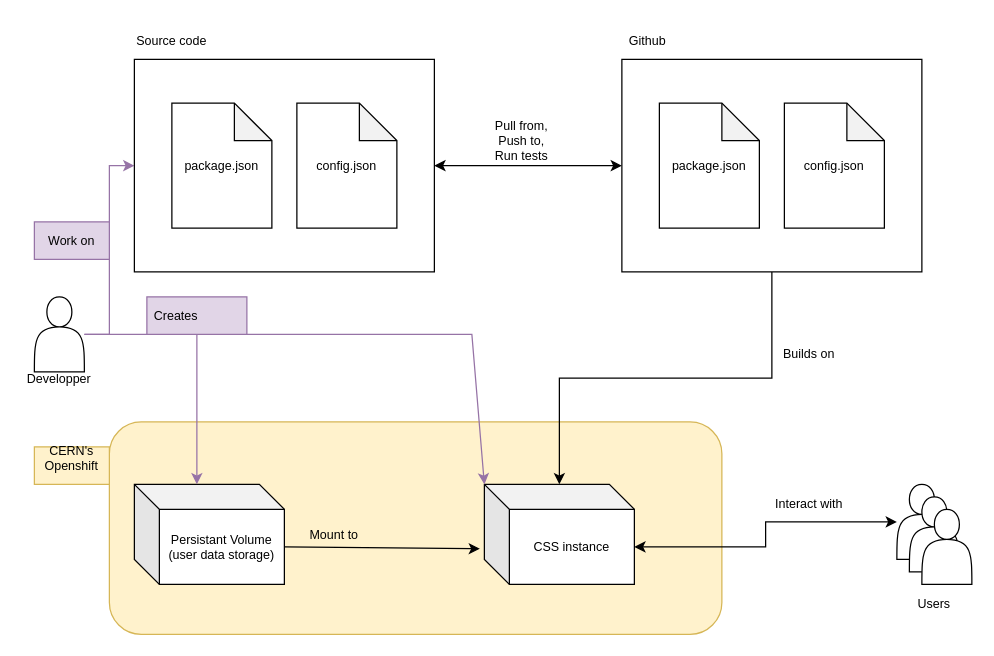
Earlier version of the draw.io diagram devops/cern_css_devops.drawio (mariadimou/cern-css). Source tidied: cells renumbered, new cells numbered last; positions are measured from the earlier drawing's top-left corner, leaving out a move shared by most shapes. Both pictures are drawn from the tidied source at 125%, with x=0, y=0 at pixel (21, 21).
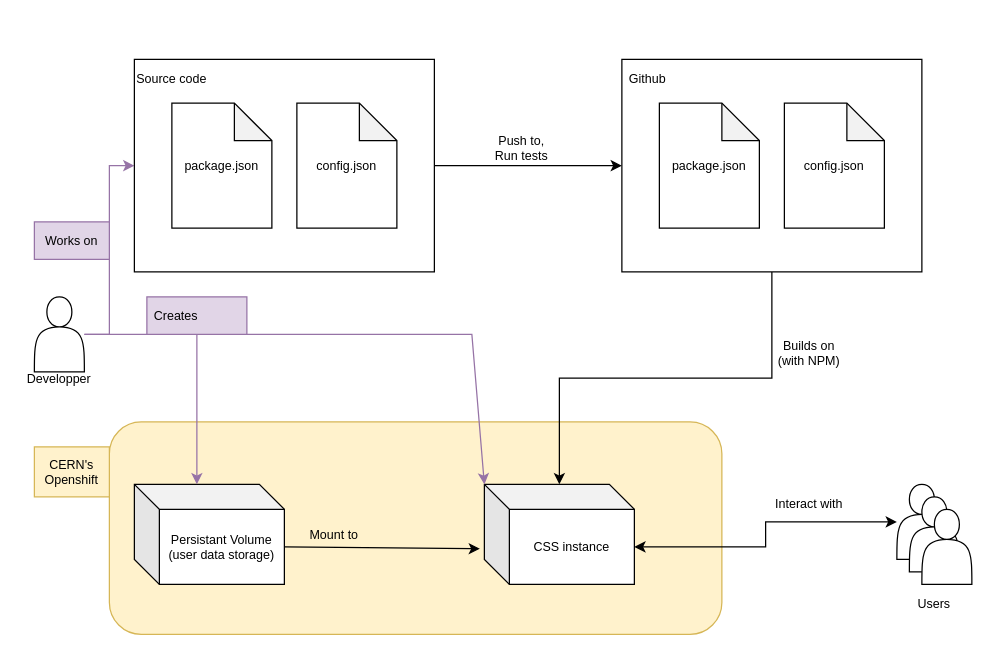
Above is the later version.

Unchanged cells that the change refers to:
```xml
<mxCell id="6" style="rounded=0;whiteSpace=wrap;html=1;fontSize=10;" parent="1" vertex="1">
  <mxGeometry x="480" y="30" width="240" height="170" as="geometry" />
</mxCell>
<mxCell id="10" style="rounded=0;whiteSpace=wrap;html=1;fontSize=10;" parent="1" vertex="1">
  <mxGeometry x="90" y="30" width="240" height="170" as="geometry" />
</mxCell>
```

The edit, as a diff of the source:
```diff
@@
-    <mxCell id="9" style="edgeStyle=orthogonalEdgeStyle;rounded=0;jettySize=auto;html=1;entryX=0;entryY=0.5;entryDx=0;entryDy=0;fontSize=10;strokeColor=default;startArrow=classic;startFill=1;" parent="1" edge="1" source="10" target="6">
+    <mxCell id="9" style="edgeStyle=orthogonalEdgeStyle;rounded=0;jettySize=auto;html=1;entryX=0;entryY=0.5;entryDx=0;entryDy=0;fontSize=10;strokeColor=default;startArrow=none;startFill=0;" parent="1" edge="1" source="10" target="6">
       <mxGeometry relative="1" as="geometry" />
     </mxCell>
@@
     <mxCell id="13" value="Source code" style="text;html=1;strokeColor=none;fillColor=none;align=center;verticalAlign=middle;whiteSpace=wrap;rounded=0;fontSize=10;" parent="1" vertex="1">
-      <mxGeometry x="90" width="60" height="30" as="geometry" />
+      <mxGeometry x="90" y="30" width="60" height="30" as="geometry" />
     </mxCell>
     <mxCell id="14" value="Github" style="text;strokeColor=none;fillColor=none;align=left;verticalAlign=middle;spacingLeft=4;spacingRight=4;overflow=hidden;fontSize=10;" parent="1" vertex="1">
-      <mxGeometry x="480" width="80" height="30" as="geometry" />
+      <mxGeometry x="480" y="30" width="80" height="30" as="geometry" />
     </mxCell>
-    <mxCell id="15" value="Work on " style="text;html=1;strokeColor=#9673a6;fillColor=#e1d5e7;align=center;verticalAlign=middle;whiteSpace=wrap;rounded=0;fontSize=10;" parent="1" vertex="1">
+    <mxCell id="15" value="Works on " style="text;html=1;strokeColor=#9673a6;fillColor=#e1d5e7;align=center;verticalAlign=middle;whiteSpace=wrap;rounded=0;fontSize=10;" parent="1" vertex="1">
       <mxGeometry x="10" y="160" width="60" height="30" as="geometry" />
     </mxCell>
-    <mxCell id="16" value="&lt;div&gt;Pull from,&lt;/div&gt;&lt;div&gt;Push to,&lt;/div&gt;&lt;div&gt;Run tests&lt;br&gt;&lt;/div&gt;" style="text;html=1;strokeColor=none;fillColor=none;align=center;verticalAlign=middle;whiteSpace=wrap;rounded=0;fontSize=10;" parent="1" vertex="1">
+    <mxCell id="16" value="&lt;div&gt;&lt;br&gt;&lt;/div&gt;&lt;div&gt;Push to,&lt;/div&gt;&lt;div&gt;Run tests&lt;br&gt;&lt;/div&gt;" style="text;html=1;strokeColor=none;fillColor=none;align=center;verticalAlign=middle;whiteSpace=wrap;rounded=0;fontSize=10;" parent="1" vertex="1">
       <mxGeometry x="370" y="80" width="60" height="30" as="geometry" />
     </mxCell>
@@
-    <mxCell id="24" value="Builds on" style="text;html=1;strokeColor=none;fillColor=none;align=center;verticalAlign=middle;whiteSpace=wrap;rounded=0;fontSize=10;" parent="1" vertex="1">
+    <mxCell id="24" value="Builds on (with NPM)" style="text;html=1;strokeColor=none;fillColor=none;align=center;verticalAlign=middle;whiteSpace=wrap;rounded=0;fontSize=10;" parent="1" vertex="1">
       <mxGeometry x="600" y="250" width="60" height="30" as="geometry" />
     </mxCell>
-    <mxCell id="25" value="&lt;div&gt;CERN's Openshift&lt;/div&gt;&lt;div&gt;&lt;br&gt;&lt;/div&gt;" style="text;html=1;strokeColor=#d6b656;fillColor=#fff2cc;align=center;verticalAlign=middle;whiteSpace=wrap;rounded=0;fontSize=10;" parent="1" vertex="1">
-      <mxGeometry x="10" y="340" width="60" height="30" as="geometry" />
+    <mxCell id="25" value="&lt;div&gt;CERN's Openshift&lt;/div&gt;" style="text;html=1;strokeColor=#d6b656;fillColor=#fff2cc;align=center;verticalAlign=middle;whiteSpace=wrap;rounded=0;fontSize=10;" parent="1" vertex="1">
+      <mxGeometry x="10" y="340" width="60" height="40" as="geometry" />
     </mxCell>
```
